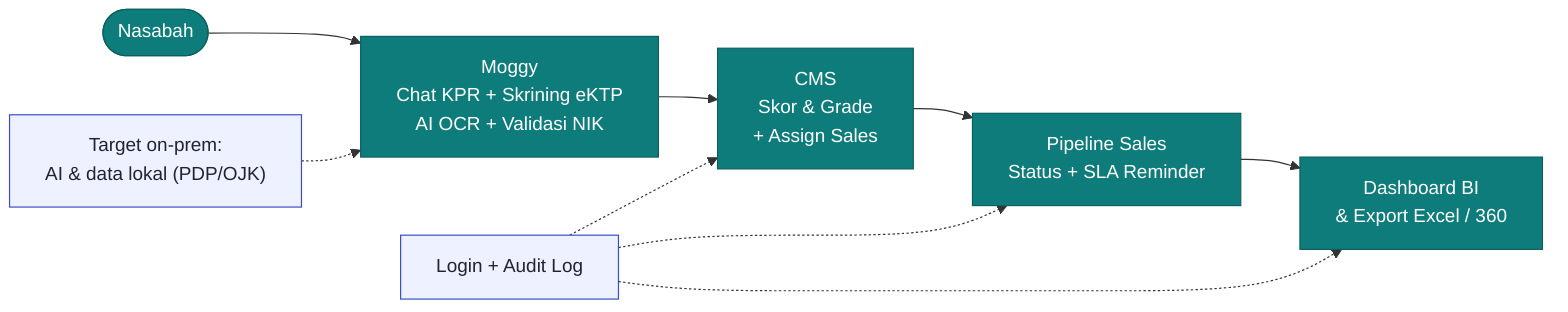
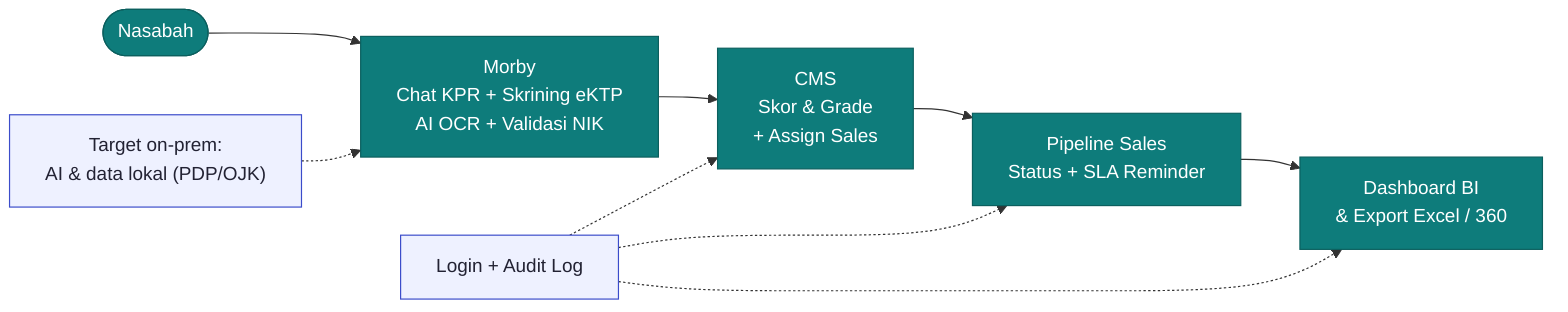
flowchart LR
-     A([Nasabah]) --> B["Moggy<br/>Chat KPR + Skrining eKTP<br/>AI OCR + Validasi NIK"]
+     A([Nasabah]) --> B["Morby<br/>Chat KPR + Skrining eKTP<br/>AI OCR + Validasi NIK"]
    B --> C["CMS<br/>Skor & Grade<br/>+ Assign Sales"]
    C --> D["Pipeline Sales<br/>Status + SLA Reminder"]
    D --> E["Dashboard BI<br/>& Export Excel / 360"]
    F["Login + Audit Log"] -.-> C
    F -.-> D
    F -.-> E
    G["Target on-prem:<br/>AI & data lokal (PDP/OJK)"] -.-> B
    classDef main fill:#0E7C7B,stroke:#0b5f5e,color:#ffffff;
    classDef side fill:#EEF1FF,stroke:#3b4cca,color:#223;
    class A,B,C,D,E main;
    class F,G side;
